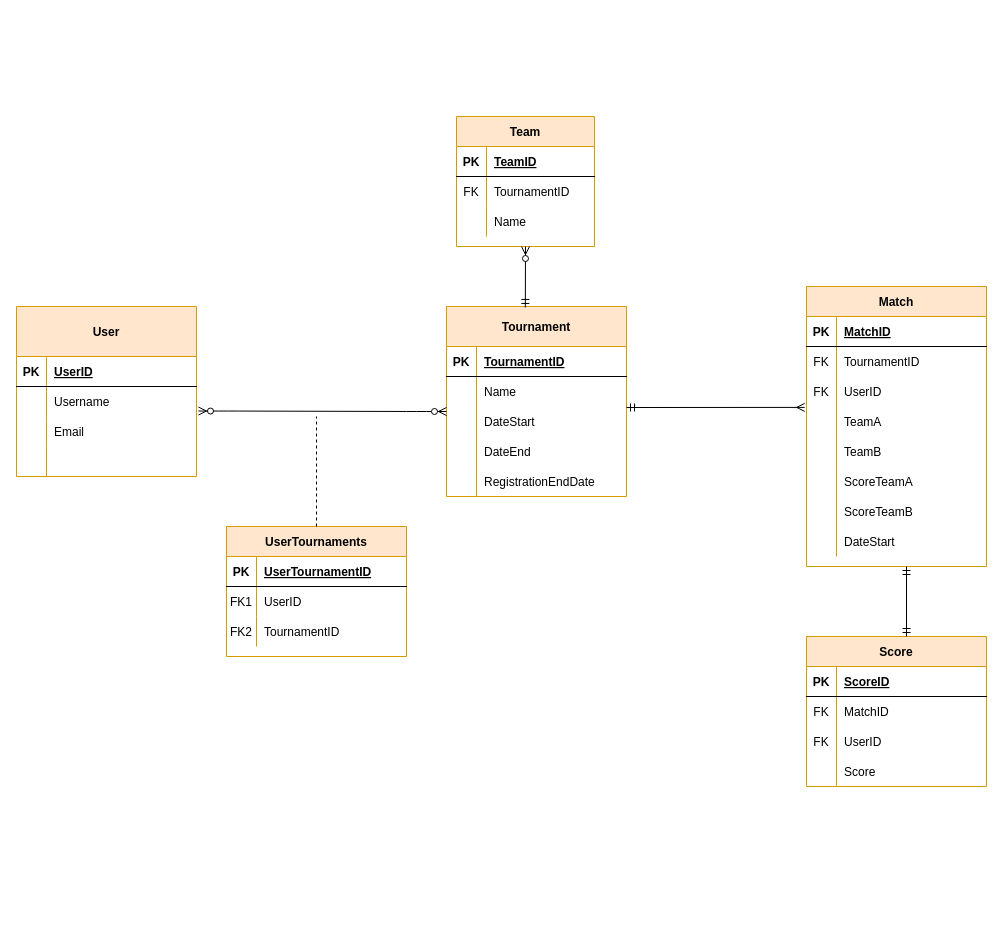
The draw.io diagram royalrumbet.drawio in maneran/royal-rumbet, before the edit. Source tidied: cells renumbered, new cells numbered last; positions are measured from the earlier drawing's top-left corner, leaving out a move shared by most shapes. Both pictures are drawn from the tidied source at 100%, with x=0, y=0 at pixel (16, 116).
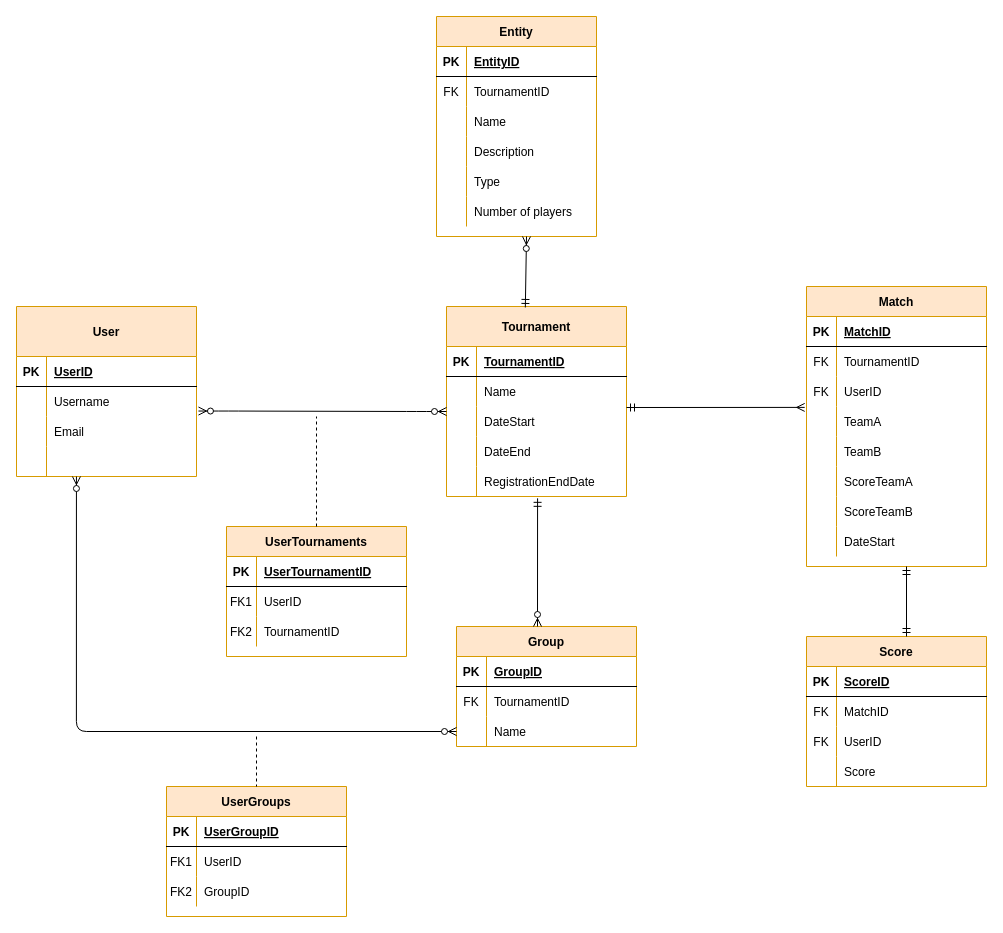
After the change.

Unchanged cells that the change refers to:
```xml
<mxCell id="2" value="Tournament" style="shape=table;startSize=40;childLayout=tableLayout;rowLines=0;fontStyle=1;align=center;strokeColor=#d79b00;fillColor=#ffe6cc;" parent="1" vertex="1">
  <mxGeometry x="430" y="190" width="180" height="190" as="geometry" />
</mxCell>
<mxCell id="15" style="shape=partialRectangle;fillColor=none;top=0;left=0;bottom=0;right=0;points=[[0,0.5],[1,0.5]];portConstraint=eastwest;" parent="2" vertex="1">
  <mxGeometry y="160" width="180" height="30" as="geometry" />
</mxCell>
<mxCell id="39" style="shape=partialRectangle;fillColor=none;top=0;left=0;bottom=0;right=0;points=[[0,0.5],[1,0.5]];portConstraint=eastwest;" parent="29" vertex="1">
  <mxGeometry y="140" width="180" height="30" as="geometry" />
</mxCell>
```

What changed in the source:
```diff
@@
-    <mxCell id="18" value="Team" style="shape=table;startSize=30;childLayout=tableLayout;rowLines=0;fontStyle=1;align=center;strokeColor=#d79b00;fillColor=#ffe6cc;" parent="1" vertex="1">
-      <mxGeometry x="440" width="138" height="130" as="geometry" />
+    <mxCell id="18" value="Entity" style="shape=table;startSize=30;childLayout=tableLayout;rowLines=0;fontStyle=1;align=center;strokeColor=#d79b00;fillColor=#ffe6cc;" parent="1" vertex="1">
+      <mxGeometry x="420" y="-100" width="160" height="220" as="geometry" />
     </mxCell>
     <mxCell id="19" style="shape=partialRectangle;fillColor=none;top=0;left=0;bottom=1;right=0;" parent="18" vertex="1">
-      <mxGeometry y="30" width="138" height="30" as="geometry" />
+      <mxGeometry y="30" width="160" height="30" as="geometry" />
     </mxCell>
@@
-    <mxCell id="21" value="TeamID" style="shape=partialRectangle;fillColor=none;top=0;left=0;bottom=0;right=0;align=left;spacingLeft=6;fontStyle=5;overflow=hidden;" parent="19" vertex="1">
-      <mxGeometry x="30" width="108" height="30" as="geometry" />
+    <mxCell id="21" value="EntityID" style="shape=partialRectangle;fillColor=none;top=0;left=0;bottom=0;right=0;align=left;spacingLeft=6;fontStyle=5;overflow=hidden;" parent="19" vertex="1">
+      <mxGeometry x="30" width="130" height="30" as="geometry" />
     </mxCell>
     <mxCell id="22" style="shape=partialRectangle;fillColor=none;top=0;left=0;bottom=0;right=0;" parent="18" vertex="1">
-      <mxGeometry y="60" width="138" height="30" as="geometry" />
+      <mxGeometry y="60" width="160" height="30" as="geometry" />
     </mxCell>
@@
     <mxCell id="24" value="TournamentID" style="shape=partialRectangle;fillColor=none;top=0;left=0;bottom=0;right=0;align=left;spacingLeft=6;overflow=hidden;" parent="22" vertex="1">
-      <mxGeometry x="30" width="108" height="30" as="geometry" />
+      <mxGeometry x="30" width="130" height="30" as="geometry" />
     </mxCell>
     <mxCell id="25" style="shape=partialRectangle;fillColor=none;top=0;left=0;bottom=0;right=0;" parent="18" vertex="1">
-      <mxGeometry y="90" width="138" height="30" as="geometry" />
+      <mxGeometry y="90" width="160" height="30" as="geometry" />
     </mxCell>
@@
     <mxCell id="27" value="Name" style="shape=partialRectangle;fillColor=none;top=0;left=0;bottom=0;right=0;align=left;spacingLeft=6;overflow=hidden;" parent="25" vertex="1">
-      <mxGeometry x="30" width="108" height="30" as="geometry" />
+      <mxGeometry x="30" width="130" height="30" as="geometry" />
     </mxCell>
+    <mxCell id="94" style="shape=partialRectangle;fillColor=none;top=0;left=0;bottom=0;right=0;" parent="18" vertex="1">
+      <mxGeometry y="120" width="160" height="30" as="geometry" />
+    </mxCell>
+    <mxCell id="95" style="shape=partialRectangle;fillColor=none;top=0;left=0;bottom=0;right=0;overflow=hidden;" parent="94" vertex="1">
+      <mxGeometry width="30" height="30" as="geometry" />
+    </mxCell>
+    <mxCell id="96" value="Description" style="shape=partialRectangle;fillColor=none;top=0;left=0;bottom=0;right=0;align=left;spacingLeft=6;overflow=hidden;" parent="94" vertex="1">
+      <mxGeometry x="30" width="130" height="30" as="geometry" />
+    </mxCell>
+    <mxCell id="97" style="shape=partialRectangle;fillColor=none;top=0;left=0;bottom=0;right=0;" parent="18" vertex="1">
+      <mxGeometry y="150" width="160" height="30" as="geometry" />
+    </mxCell>
+    <mxCell id="98" style="shape=partialRectangle;fillColor=none;top=0;left=0;bottom=0;right=0;overflow=hidden;" parent="97" vertex="1">
+      <mxGeometry width="30" height="30" as="geometry" />
+    </mxCell>
+    <mxCell id="99" value="Type" style="shape=partialRectangle;fillColor=none;top=0;left=0;bottom=0;right=0;align=left;spacingLeft=6;overflow=hidden;" parent="97" vertex="1">
+      <mxGeometry x="30" width="130" height="30" as="geometry" />
+    </mxCell>
+    <mxCell id="100" style="shape=partialRectangle;fillColor=none;top=0;left=0;bottom=0;right=0;" parent="18" vertex="1">
+      <mxGeometry y="180" width="160" height="30" as="geometry" />
+    </mxCell>
+    <mxCell id="101" style="shape=partialRectangle;fillColor=none;top=0;left=0;bottom=0;right=0;overflow=hidden;" parent="100" vertex="1">
+      <mxGeometry width="30" height="30" as="geometry" />
+    </mxCell>
+    <mxCell id="102" value="Number of players" style="shape=partialRectangle;fillColor=none;top=0;left=0;bottom=0;right=0;align=left;spacingLeft=6;overflow=hidden;" parent="100" vertex="1">
+      <mxGeometry x="30" width="130" height="30" as="geometry" />
+    </mxCell>
-    <mxCell id="28" style="fontSize=12;html=1;endArrow=ERzeroToMany;startArrow=ERmandOne;rounded=1;entryX=0.5;entryY=1;entryDx=0;entryDy=0;exitX=0.438;exitY=0.005;exitDx=0;exitDy=0;exitPerimeter=0;" parent="1" edge="1" source="2" target="18">
-      <mxGeometry relative="1" as="geometry" />
+    <mxCell id="28" style="fontSize=12;html=1;endArrow=ERzeroToMany;startArrow=ERmandOne;rounded=1;exitX=0.438;exitY=0.005;exitDx=0;exitDy=0;exitPerimeter=0;" parent="1" edge="1" source="2">
+      <mxGeometry relative="1" as="geometry">
+        <mxPoint x="510" y="120" as="targetPoint" />
+      </mxGeometry>
     </mxCell>
@@
+    <mxCell id="103" value="Group" style="shape=table;startSize=30;childLayout=tableLayout;rowLines=0;fontStyle=1;align=center;fillColor=#ffe6cc;strokeColor=#d79b00;" parent="1" vertex="1">
+      <mxGeometry x="440" y="510" width="180" height="120" as="geometry" />
+    </mxCell>
+    <mxCell id="104" style="shape=partialRectangle;fillColor=none;top=0;left=0;bottom=1;right=0;" parent="103" vertex="1">
+      <mxGeometry y="30" width="180" height="30" as="geometry" />
+    </mxCell>
+    <mxCell id="105" value="PK" style="shape=partialRectangle;fillColor=none;top=0;left=0;bottom=0;right=0;fontStyle=1;overflow=hidden;" parent="104" vertex="1">
+      <mxGeometry width="30" height="30" as="geometry" />
+    </mxCell>
+    <mxCell id="106" value="GroupID" style="shape=partialRectangle;fillColor=none;top=0;left=0;bottom=0;right=0;align=left;spacingLeft=6;fontStyle=5;overflow=hidden;" parent="104" vertex="1">
+      <mxGeometry x="30" width="150" height="30" as="geometry" />
+    </mxCell>
+    <mxCell id="107" style="shape=partialRectangle;fillColor=none;top=0;left=0;bottom=0;right=0;" parent="103" vertex="1">
+      <mxGeometry y="60" width="180" height="30" as="geometry" />
+    </mxCell>
+    <mxCell id="108" value="FK" style="shape=partialRectangle;fillColor=none;top=0;left=0;bottom=0;right=0;overflow=hidden;" parent="107" vertex="1">
+      <mxGeometry width="30" height="30" as="geometry" />
+    </mxCell>
+    <mxCell id="109" value="TournamentID" style="shape=partialRectangle;fillColor=none;top=0;left=0;bottom=0;right=0;align=left;spacingLeft=6;overflow=hidden;" parent="107" vertex="1">
+      <mxGeometry x="30" width="150" height="30" as="geometry" />
+    </mxCell>
+    <mxCell id="110" style="shape=partialRectangle;fillColor=none;top=0;left=0;bottom=0;right=0;points=[[0,0.5],[1,0.5]];portConstraint=eastwest;" parent="103" vertex="1">
+      <mxGeometry y="90" width="180" height="30" as="geometry" />
+    </mxCell>
+    <mxCell id="111" style="shape=partialRectangle;fillColor=none;top=0;left=0;bottom=0;right=0;overflow=hidden;" parent="110" vertex="1">
+      <mxGeometry width="30" height="30" as="geometry" />
+    </mxCell>
+    <mxCell id="112" value="Name" style="shape=partialRectangle;fillColor=none;top=0;left=0;bottom=0;right=0;align=left;spacingLeft=6;overflow=hidden;" parent="110" vertex="1">
+      <mxGeometry x="30" width="150" height="30" as="geometry" />
+    </mxCell>
+    <mxCell id="113" style="fontSize=12;html=1;endArrow=ERzeroToMany;startArrow=ERmandOne;strokeColor=#000000;endFill=1;exitX=0.506;exitY=1.061;exitDx=0;exitDy=0;exitPerimeter=0;" parent="1" edge="1" source="15">
+      <mxGeometry relative="1" as="geometry">
+        <mxPoint x="521" y="510" as="targetPoint" />
+      </mxGeometry>
+    </mxCell>
+    <mxCell id="114" style="edgeStyle=orthogonalEdgeStyle;fontSize=12;html=1;endArrow=ERzeroToMany;endFill=1;startArrow=ERzeroToMany;strokeColor=#000000;exitX=0.333;exitY=1;exitDx=0;exitDy=0;exitPerimeter=0;entryX=0;entryY=0.5;entryDx=0;entryDy=0;" parent="1" edge="1" source="39" target="110">
+      <mxGeometry relative="1" as="geometry" />
+    </mxCell>
+    <mxCell id="115" value="UserGroups" style="shape=table;startSize=30;childLayout=tableLayout;rowLines=0;fontStyle=1;align=center;strokeColor=#d79b00;fillColor=#ffe6cc;" parent="1" vertex="1">
+      <mxGeometry x="150" y="670" width="180" height="130" as="geometry" />
+    </mxCell>
+    <mxCell id="116" style="shape=partialRectangle;fillColor=none;top=0;left=0;bottom=1;right=0;" parent="115" vertex="1">
+      <mxGeometry y="30" width="180" height="30" as="geometry" />
+    </mxCell>
+    <mxCell id="117" value="PK" style="shape=partialRectangle;fillColor=none;top=0;left=0;bottom=0;right=0;fontStyle=1;overflow=hidden;" parent="116" vertex="1">
+      <mxGeometry width="30" height="30" as="geometry" />
+    </mxCell>
+    <mxCell id="118" value="UserGroupID" style="shape=partialRectangle;fillColor=none;top=0;left=0;bottom=0;right=0;align=left;spacingLeft=6;fontStyle=5;overflow=hidden;" parent="116" vertex="1">
+      <mxGeometry x="30" width="150" height="30" as="geometry" />
+    </mxCell>
+    <mxCell id="119" style="shape=partialRectangle;fillColor=none;top=0;left=0;bottom=0;right=0;" parent="115" vertex="1">
+      <mxGeometry y="60" width="180" height="30" as="geometry" />
+    </mxCell>
+    <mxCell id="120" value="FK1" style="shape=partialRectangle;fillColor=none;top=0;left=0;bottom=0;right=0;overflow=hidden;" parent="119" vertex="1">
+      <mxGeometry width="30" height="30" as="geometry" />
+    </mxCell>
+    <mxCell id="121" value="UserID" style="shape=partialRectangle;fillColor=none;top=0;left=0;bottom=0;right=0;align=left;spacingLeft=6;overflow=hidden;" parent="119" vertex="1">
+      <mxGeometry x="30" width="150" height="30" as="geometry" />
+    </mxCell>
+    <mxCell id="122" style="shape=partialRectangle;fillColor=none;top=0;left=0;bottom=0;right=0;" parent="115" vertex="1">
+      <mxGeometry y="90" width="180" height="30" as="geometry" />
+    </mxCell>
+    <mxCell id="123" value="FK2" style="shape=partialRectangle;fillColor=none;top=0;left=0;bottom=0;right=0;overflow=hidden;" parent="122" vertex="1">
+      <mxGeometry width="30" height="30" as="geometry" />
+    </mxCell>
+    <mxCell id="124" value="GroupID" style="shape=partialRectangle;fillColor=none;top=0;left=0;bottom=0;right=0;align=left;spacingLeft=6;overflow=hidden;" parent="122" vertex="1">
+      <mxGeometry x="30" width="150" height="30" as="geometry" />
+    </mxCell>
+    <mxCell id="125" style="endArrow=none;dashed=1;html=1;strokeColor=#000000;" parent="1" edge="1">
+      <mxGeometry relative="1" as="geometry">
+        <mxPoint x="240" y="620" as="sourcePoint" />
+        <mxPoint x="240" y="670" as="targetPoint" />
+      </mxGeometry>
+    </mxCell>
```
